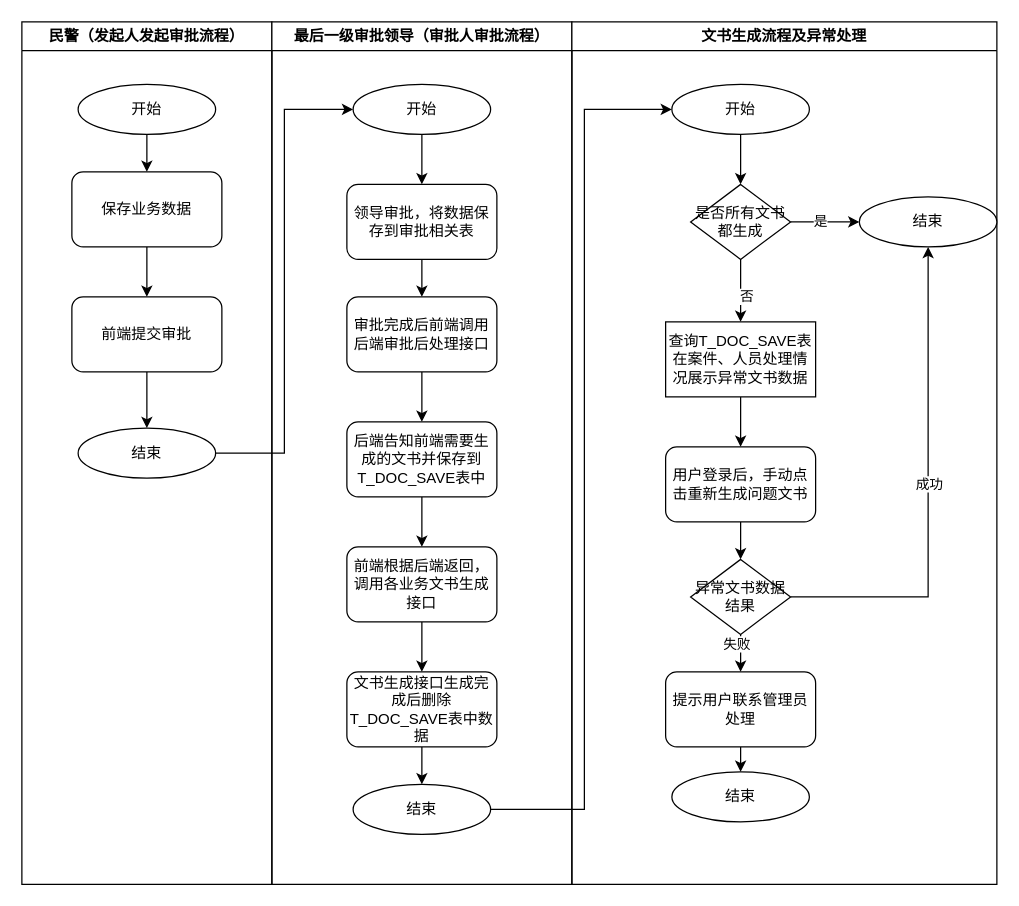
redtomatoL/design keeps this draw.io diagram as 审批流程3.0.drawio. Above is the earlier version. Source tidied: cells renumbered, new cells numbered last; positions are measured from the earlier drawing's top-left corner, leaving out a move shared by most shapes. Both pictures are drawn from the tidied source at 125%, with x=0, y=0 at pixel (21, 21).
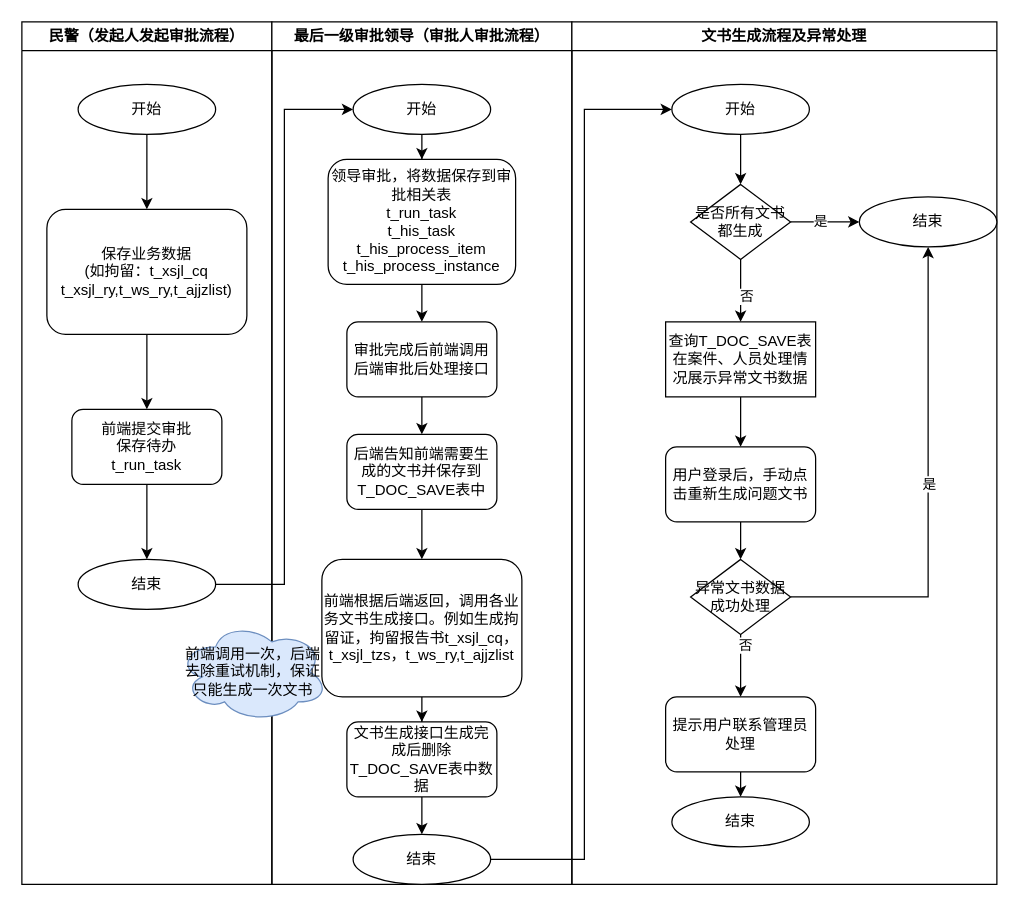
Above is the later version.

Commit message:
更新审批流程3.0.drawio

Unchanged cells that the change refers to:
```xml
<mxCell id="8" value="民警（发起人发起审批流程）" style="swimlane;whiteSpace=wrap;html=1;" parent="1" vertex="1">
  <mxGeometry width="200" height="690" as="geometry" />
</mxCell>
<mxCell id="10" value="最后一级审批领导（审批人审批流程）" style="swimlane;whiteSpace=wrap;html=1;" parent="1" vertex="1">
  <mxGeometry x="200" width="240" height="690" as="geometry" />
</mxCell>
<mxCell id="25" value="文书生成流程及异常处理" style="swimlane;whiteSpace=wrap;html=1;" parent="1" vertex="1">
  <mxGeometry x="440" width="340" height="690" as="geometry" />
</mxCell>
<mxCell id="27" value="开始" style="ellipse;whiteSpace=wrap;html=1;" parent="25" vertex="1">
  <mxGeometry x="80" y="50" width="110" height="40" as="geometry" />
</mxCell>
<mxCell id="38" style="edgeStyle=orthogonalEdgeStyle;rounded=0;jettySize=auto;html=1;exitX=1;exitY=0.5;exitDx=0;exitDy=0;entryX=0.5;entryY=1;entryDx=0;entryDy=0;" parent="25" edge="1" source="42" target="33">
  <mxGeometry relative="1" as="geometry" />
</mxCell>
<mxCell id="40" style="edgeStyle=orthogonalEdgeStyle;rounded=0;jettySize=auto;html=1;exitX=0.5;exitY=1;exitDx=0;exitDy=0;entryX=0.5;entryY=0;entryDx=0;entryDy=0;" parent="25" edge="1" source="42" target="44">
  <mxGeometry relative="1" as="geometry" />
</mxCell>
```

The edit, as a diff of the source:
```diff
@@
-    <mxCell id="2" style="edgeStyle=orthogonalEdgeStyle;rounded=0;jettySize=auto;html=1;" parent="1" edge="1" source="3" target="5">
-      <mxGeometry relative="1" as="geometry" />
-    </mxCell>
-    <mxCell id="3" value="保存业务数据" style="rounded=1;whiteSpace=wrap;html=1;" parent="1" vertex="1">
-      <mxGeometry x="40" y="120" width="120" height="60" as="geometry" />
-    </mxCell>
-    <mxCell id="4" style="edgeStyle=orthogonalEdgeStyle;rounded=0;jettySize=auto;html=1;exitX=0.5;exitY=1;exitDx=0;exitDy=0;entryX=0.5;entryY=0;entryDx=0;entryDy=0;" parent="1" edge="1" source="5" target="9">
-      <mxGeometry relative="1" as="geometry" />
-    </mxCell>
-    <mxCell id="5" value="前端提交审批" style="whiteSpace=wrap;html=1;rounded=1;" parent="1" vertex="1">
-      <mxGeometry x="40" y="220" width="120" height="60" as="geometry" />
-    </mxCell>
@@
     <mxCell id="9" value="结束" style="ellipse;whiteSpace=wrap;html=1;" parent="8" vertex="1">
-      <mxGeometry x="45" y="325" width="110" height="40" as="geometry" />
+      <mxGeometry x="45" y="430" width="110" height="40" as="geometry" />
     </mxCell>
+    <mxCell id="3" value="保存业务数据&lt;br&gt;(如拘留：t_xsjl_cq&lt;br&gt;&lt;span style=&quot;background-color: initial;&quot;&gt;t_xsjl_ry,t_ws_ry,t_ajjzlist&lt;/span&gt;)" style="rounded=1;whiteSpace=wrap;html=1;" parent="8" vertex="1">
+      <mxGeometry x="20" y="150" width="160" height="100" as="geometry" />
+    </mxCell>
+    <mxCell id="5" value="前端提交审批&lt;br&gt;保存待办&lt;br&gt;t_run_task" style="whiteSpace=wrap;html=1;rounded=1;" parent="8" vertex="1">
+      <mxGeometry x="40" y="310" width="120" height="60" as="geometry" />
+    </mxCell>
+    <mxCell id="2" style="edgeStyle=orthogonalEdgeStyle;rounded=0;jettySize=auto;html=1;" parent="8" edge="1" source="3" target="5">
+      <mxGeometry relative="1" as="geometry" />
+    </mxCell>
+    <mxCell id="4" style="edgeStyle=orthogonalEdgeStyle;rounded=0;jettySize=auto;html=1;exitX=0.5;exitY=1;exitDx=0;exitDy=0;entryX=0.5;entryY=0;entryDx=0;entryDy=0;" parent="8" edge="1" source="5" target="9">
+      <mxGeometry relative="1" as="geometry" />
+    </mxCell>
@@
-    <mxCell id="13" value="领导审批，将数据保存到审批相关表" style="whiteSpace=wrap;html=1;rounded=1;" parent="10" vertex="1">
-      <mxGeometry x="60" y="130" width="120" height="60" as="geometry" />
+    <mxCell id="13" value="领导审批，将数据保存到审批相关表&lt;br&gt;&lt;div&gt;t_run_task&lt;/div&gt;&lt;div&gt;t_his_task&lt;/div&gt;&lt;div&gt;t_his_process_item&lt;/div&gt;&lt;div&gt;t_his_process_instance&lt;/div&gt;" style="whiteSpace=wrap;html=1;rounded=1;" parent="10" vertex="1">
+      <mxGeometry x="45" y="110" width="150" height="100" as="geometry" />
     </mxCell>
     <mxCell id="14" value="审批完成后前端调用后端审批后处理接口" style="whiteSpace=wrap;html=1;rounded=1;" parent="10" vertex="1">
-      <mxGeometry x="60" y="220" width="120" height="60" as="geometry" />
+      <mxGeometry x="60" y="240" width="120" height="60" as="geometry" />
     </mxCell>
@@
     <mxCell id="16" value="后端告知前端需要生成的文书并保存到T_DOC_SAVE表中" style="whiteSpace=wrap;html=1;rounded=1;" parent="10" vertex="1">
-      <mxGeometry x="60" y="320" width="120" height="60" as="geometry" />
+      <mxGeometry x="60" y="330" width="120" height="60" as="geometry" />
     </mxCell>
@@
-    <mxCell id="18" value="前端根据后端返回，调用各业务文书生成接口" style="whiteSpace=wrap;html=1;rounded=1;" parent="10" vertex="1">
-      <mxGeometry x="60" y="420" width="120" height="60" as="geometry" />
+    <mxCell id="18" value="前端根据后端返回，调用各业务文书生成接口。例如生成拘留证，拘留报告书t_xsjl_cq，&lt;br&gt;t_xsjl_tzs，t_ws_ry,t_ajjzlist" style="whiteSpace=wrap;html=1;rounded=1;" parent="10" vertex="1">
+      <mxGeometry x="40" y="430" width="160" height="110" as="geometry" />
     </mxCell>
@@
     <mxCell id="20" value="文书生成接口生成完成后删除T_DOC_SAVE表中数据" style="whiteSpace=wrap;html=1;rounded=1;" parent="10" vertex="1">
-      <mxGeometry x="60" y="520" width="120" height="60" as="geometry" />
+      <mxGeometry x="60" y="560" width="120" height="60" as="geometry" />
     </mxCell>
@@
     <mxCell id="22" value="结束" style="ellipse;whiteSpace=wrap;html=1;" parent="10" vertex="1">
-      <mxGeometry x="65" y="610" width="110" height="40" as="geometry" />
+      <mxGeometry x="65" y="650" width="110" height="40" as="geometry" />
     </mxCell>
@@
+    <mxCell id="47" value="前端调用一次，后端去除重试机制，保证只能生成一次文书" style="ellipse;shape=cloud;whiteSpace=wrap;html=1;fillColor=#dae8fc;strokeColor=#6c8ebf;" parent="10" vertex="1">
+      <mxGeometry x="-75" y="480" width="120" height="80" as="geometry" />
+    </mxCell>
@@
-    <mxCell id="39" value="成功" style="edgeLabel;html=1;align=center;verticalAlign=middle;" parent="38" vertex="1">
+    <mxCell id="39" value="是" style="edgeLabel;html=1;align=center;verticalAlign=middle;" parent="38" vertex="1">
       <mxGeometry x="0.03" relative="1" as="geometry" />
     </mxCell>
@@
-    <mxCell id="41" value="失败" style="edgeLabel;html=1;align=center;verticalAlign=middle;" parent="40" vertex="1">
-      <mxGeometry x="-0.51" y="-4" relative="1" as="geometry" />
-    </mxCell>
+    <mxCell id="48" value="否" style="edgeLabel;html=1;align=center;verticalAlign=middle;" parent="40" vertex="1">
+      <mxGeometry x="-0.7" y="3" relative="1" as="geometry" />
+    </mxCell>
-    <mxCell id="42" value="异常文书数据结果" style="rhombus;whiteSpace=wrap;html=1;" parent="25" vertex="1">
+    <mxCell id="42" value="异常文书数据成功处理" style="rhombus;whiteSpace=wrap;html=1;" parent="25" vertex="1">
       <mxGeometry x="95" y="430" width="80" height="60" as="geometry" />
     </mxCell>
@@
     <mxCell id="44" value="提示用户联系管理员处理" style="rounded=1;whiteSpace=wrap;html=1;" parent="25" vertex="1">
-      <mxGeometry x="75" y="520" width="120" height="60" as="geometry" />
+      <mxGeometry x="75" y="540" width="120" height="60" as="geometry" />
     </mxCell>
     <mxCell id="45" value="结束" style="ellipse;whiteSpace=wrap;html=1;" parent="25" vertex="1">
-      <mxGeometry x="80" y="600" width="110" height="40" as="geometry" />
+      <mxGeometry x="80" y="620" width="110" height="40" as="geometry" />
     </mxCell>
     <mxCell id="46" style="edgeStyle=orthogonalEdgeStyle;rounded=0;jettySize=auto;html=1;exitX=1;exitY=0.5;exitDx=0;exitDy=0;entryX=0;entryY=0.5;entryDx=0;entryDy=0;" parent="1" edge="1" source="22" target="27">
       <mxGeometry relative="1" as="geometry">
         <Array as="points">
-          <mxPoint x="450" y="630" />
+          <mxPoint x="450" y="670" />
           <mxPoint x="450" y="70" />
         </Array>
       </mxGeometry>
     </mxCell>
```
